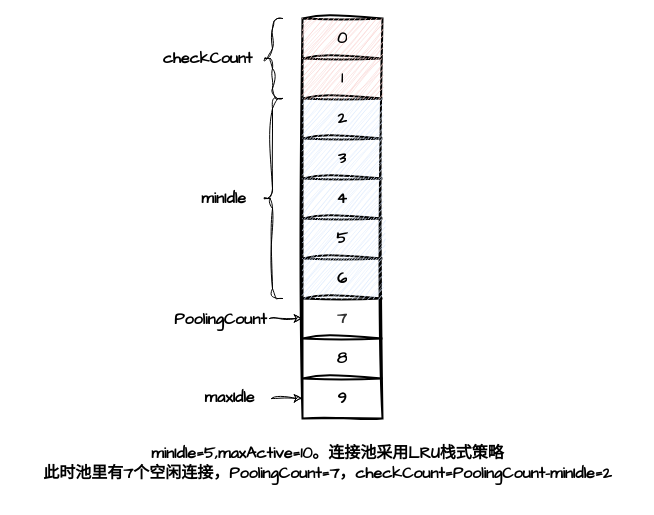
zhuanzhuan-tech/arch-draw-io keeps this draw.io diagram as personal/duyunjie/连接池.drawio. Above is the earlier version. Source tidied: cells renumbered, new cells numbered last; positions are measured from the earlier drawing's top-left corner, leaving out a move shared by most shapes. Both pictures are drawn from the tidied source at 100%, with x=0, y=0 at pixel (32, 18).
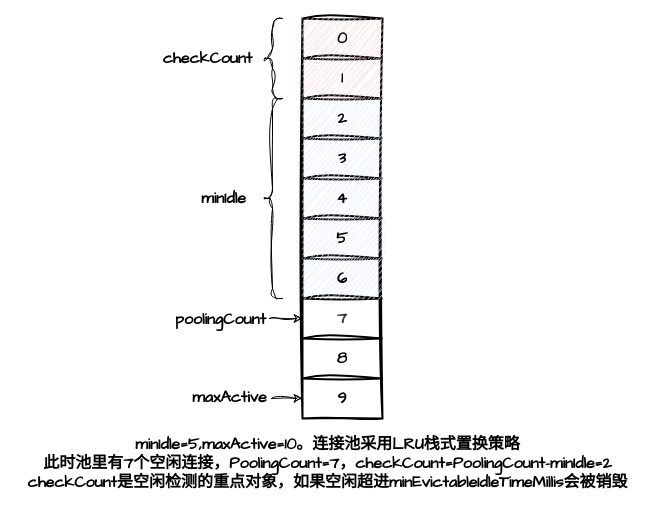
The same page after the edit.

Commit message (it also covers changes not shown here):
更新连接池.drawio

What changed in the source:
```diff
@@
-    <mxCell id="27" value="&lt;b&gt;&lt;font style=&quot;font-size: 16px;&quot;&gt;PoolingCount&lt;/font&gt;&lt;/b&gt;" style="text;html=1;align=center;verticalAlign=middle;strokeColor=none;fillColor=none;fontFamily=Architects Daughter;" parent="1" vertex="1">
-      <mxGeometry x="127.5" y="286" width="120" height="30" as="geometry" />
+    <mxCell id="27" value="&lt;b&gt;&lt;font style=&quot;font-size: 16px;&quot;&gt;poolingCount&lt;/font&gt;&lt;/b&gt;" style="text;html=1;align=center;verticalAlign=middle;strokeColor=none;fillColor=none;fontFamily=Architects Daughter;" parent="1" vertex="1">
+      <mxGeometry x="132.5" y="286" width="110" height="30" as="geometry" />
     </mxCell>
@@
-    <mxCell id="29" value="&lt;b&gt;&lt;font style=&quot;font-size: 16px;&quot;&gt;maxIdle&lt;/font&gt;&lt;/b&gt;" style="text;html=1;align=center;verticalAlign=middle;strokeColor=none;fillColor=none;fontFamily=Architects Daughter;" parent="1" vertex="1">
-      <mxGeometry x="162" y="364" width="70" height="30" as="geometry" />
+    <mxCell id="29" value="&lt;b&gt;&lt;font style=&quot;font-size: 16px;&quot;&gt;maxActive&lt;/font&gt;&lt;/b&gt;" style="text;html=1;align=center;verticalAlign=middle;strokeColor=none;fillColor=none;fontFamily=Architects Daughter;" parent="1" vertex="1">
+      <mxGeometry x="147" y="364" width="100" height="30" as="geometry" />
     </mxCell>
@@
-    <mxCell id="31" value="&lt;b&gt;&lt;font style=&quot;font-size: 16px;&quot;&gt;minIdle=5,maxActive=10。连接池采用LRU栈式策略&lt;/font&gt;&lt;/b&gt;&lt;div&gt;&lt;span style=&quot;font-size: 16px;&quot;&gt;&lt;b&gt;此时池里有7个空闲连接，PoolingCount=7，checkCount=PoolingCount-minIdle=2&lt;/b&gt;&lt;/span&gt;&lt;/div&gt;" style="text;html=1;align=center;verticalAlign=middle;strokeColor=none;fillColor=none;fontFamily=Architects Daughter;" parent="1" vertex="1">
-      <mxGeometry y="420" width="590" height="50" as="geometry" />
+    <mxCell id="31" value="&lt;b&gt;&lt;font style=&quot;font-size: 16px;&quot;&gt;minIdle=5,maxActive=10。连接池采用LRU栈式置换策略&lt;/font&gt;&lt;/b&gt;&lt;div&gt;&lt;span style=&quot;font-size: 16px;&quot;&gt;&lt;b&gt;此时池里有7个空闲连接，PoolingCount=7，checkCount=PoolingCount-minIdle=2&lt;/b&gt;&lt;/span&gt;&lt;/div&gt;&lt;div&gt;&lt;span style=&quot;font-size: 16px;&quot;&gt;&lt;b&gt;checkCount是空闲检测的重点对象，如果空闲超进&lt;/b&gt;&lt;/span&gt;&lt;span style=&quot;background-color: initial; font-size: 16px;&quot;&gt;&lt;b&gt;minEvictableIdleTimeMillis会被销毁&lt;/b&gt;&lt;/span&gt;&lt;/div&gt;" style="text;html=1;align=center;verticalAlign=middle;strokeColor=none;fillColor=none;fontFamily=Architects Daughter;" parent="1" vertex="1">
+      <mxGeometry x="-15" y="410" width="620" height="70" as="geometry" />
     </mxCell>
```
